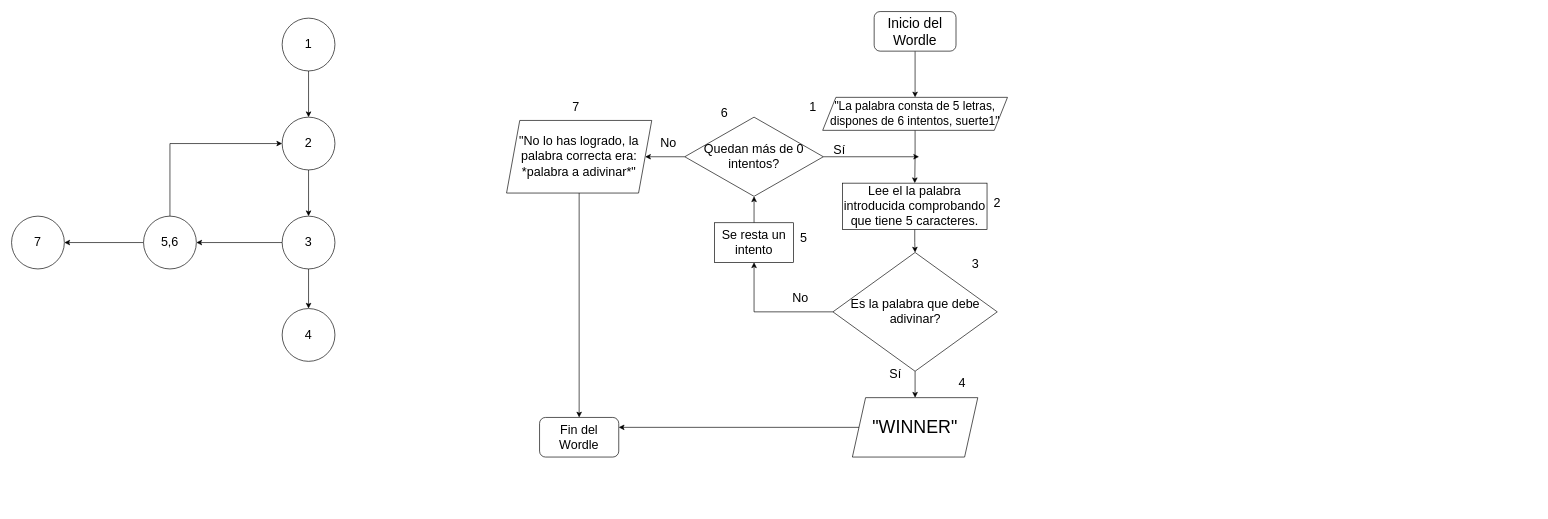
AlejandroMFGithub/FlujoWordle keeps this draw.io diagram as Wordle.drawio. Above is the earlier version. Source tidied: cells renumbered, new cells numbered last; positions are measured from the earlier drawing's top-left corner, leaving out a move shared by most shapes. Both pictures are drawn from the tidied source at 66%, with x=0, y=0 at pixel (11, 11).
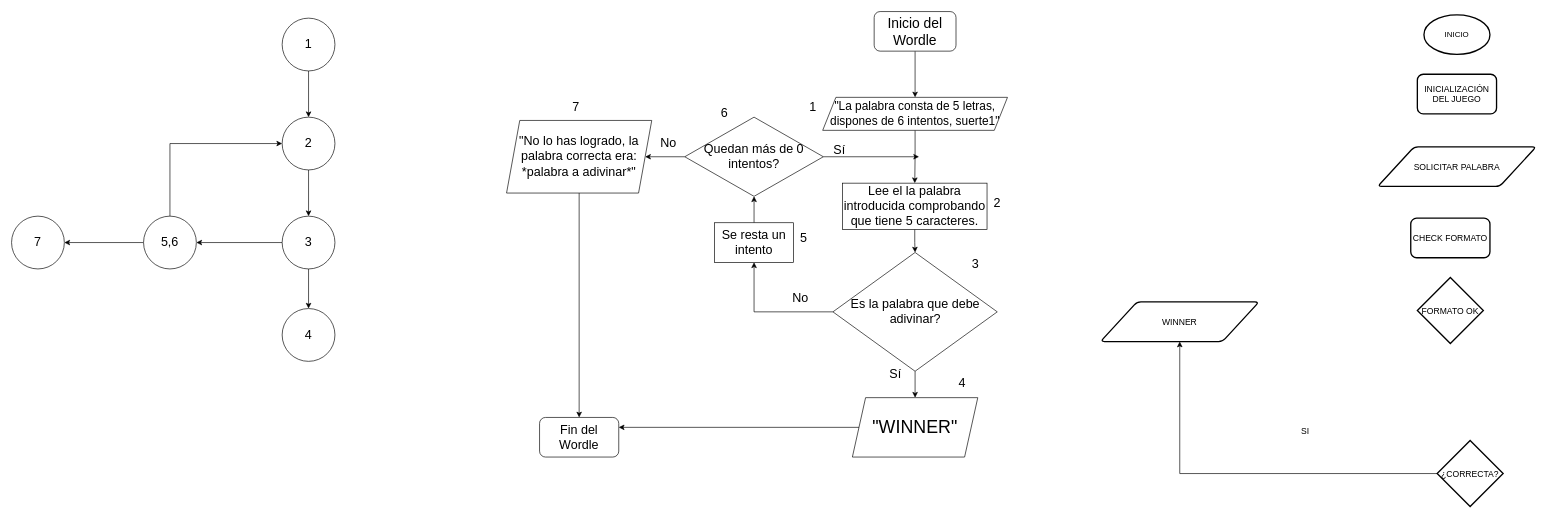
The same page after the edit.

Change to the diagram source:
```diff
@@
+    <mxCell id="46" value="INICIO" style="strokeWidth=2;html=1;shape=mxgraph.flowchart.start_1;whiteSpace=wrap;" parent="1" vertex="1">
+      <mxGeometry x="2140" y="5" width="100" height="60" as="geometry" />
+    </mxCell>
+    <mxCell id="47" value="INICIALIZACIÓN DEL JUEGO" style="rounded=1;whiteSpace=wrap;html=1;strokeWidth=2;fontSize=13;" parent="1" vertex="1">
+      <mxGeometry x="2130" y="95" width="120" height="60" as="geometry" />
+    </mxCell>
+    <mxCell id="48" value="SOLICITAR PALABRA" style="shape=parallelogram;html=1;strokeWidth=2;perimeter=parallelogramPerimeter;whiteSpace=wrap;rounded=1;arcSize=12;size=0.23;fontSize=13;" parent="1" vertex="1">
+      <mxGeometry x="2070" y="205" width="240" height="60" as="geometry" />
+    </mxCell>
+    <mxCell id="49" style="edgeStyle=orthogonalEdgeStyle;rounded=0;jettySize=auto;html=1;fontSize=13;" parent="1" edge="1" source="50" target="51">
+      <mxGeometry relative="1" as="geometry" />
+    </mxCell>
+    <mxCell id="50" value="¿CORRECTA?" style="strokeWidth=2;html=1;shape=mxgraph.flowchart.decision;whiteSpace=wrap;fontSize=13;" parent="1" vertex="1">
+      <mxGeometry x="2160" y="650" width="100" height="100" as="geometry" />
+    </mxCell>
+    <mxCell id="51" value="WINNER" style="shape=parallelogram;html=1;strokeWidth=2;perimeter=parallelogramPerimeter;whiteSpace=wrap;rounded=1;arcSize=12;size=0.23;fontSize=13;" parent="1" vertex="1">
+      <mxGeometry x="1650" y="440" width="240" height="60" as="geometry" />
+    </mxCell>
+    <mxCell id="52" value="SI" style="text;html=1;align=center;verticalAlign=middle;strokeColor=none;fillColor=none;fontSize=13;" parent="1" vertex="1">
+      <mxGeometry x="1940" y="620" width="40" height="30" as="geometry" />
+    </mxCell>
+    <mxCell id="53" value="CHECK FORMATO" style="rounded=1;whiteSpace=wrap;html=1;strokeWidth=2;fontSize=13;" parent="1" vertex="1">
+      <mxGeometry x="2120" y="313" width="120" height="60" as="geometry" />
+    </mxCell>
+    <mxCell id="54" value="FORMATO OK" style="strokeWidth=2;html=1;shape=mxgraph.flowchart.decision;whiteSpace=wrap;fontSize=13;" parent="1" vertex="1">
+      <mxGeometry x="2130" y="403" width="100" height="100" as="geometry" />
+    </mxCell>
```
